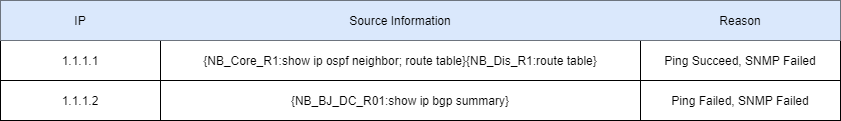
The draw.io diagram Platform Certification Guidance/images/enhanced seed file.png in PlatformCertification/Certification-IEv10.0, before a commit. Source tidied: cells renumbered, new cells last; positions are measured from the earlier drawing's top-left corner, leaving out a move shared by most shapes.
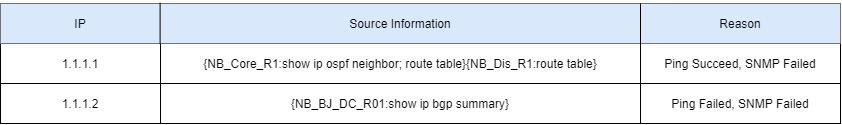
Above is the later version.

What changed in the source:
```diff
@@ -2,16 +2,16 @@
   <root>
     <mxCell id="0" />
     <mxCell id="1" parent="0" />
-    <mxCell id="2" style="shape=table;html=1;whiteSpace=wrap;startSize=0;" parent="1" vertex="1">
+    <mxCell id="2" style="shape=table;html=1;whiteSpace=wrap;startSize=0;swimlaneFillColor=none;fillColor=#FFFFFF;sketch=0;rounded=0;shadow=0;" parent="1" vertex="1">
       <mxGeometry width="840" height="120" as="geometry" />
     </mxCell>
-    <mxCell id="3" style="shape=partialRectangle;html=1;whiteSpace=wrap;top=0;left=0;bottom=0;right=0;points=[[0,0.5],[1,0.5]];portConstraint=eastwest;fillColor=#dae8fc;strokeColor=#6c8ebf;" parent="2" vertex="1">
+    <mxCell id="3" style="shape=partialRectangle;html=1;whiteSpace=wrap;top=0;left=0;bottom=0;right=0;points=[[0,0.5],[1,0.5]];portConstraint=eastwest;fillColor=#dae8fc;" parent="2" vertex="1">
       <mxGeometry width="840" height="40" as="geometry" />
     </mxCell>
     <mxCell id="4" value="IP" style="shape=partialRectangle;html=1;whiteSpace=wrap;overflow=hidden;fillColor=none;top=0;left=0;bottom=0;right=0;" parent="3" vertex="1">
       <mxGeometry width="160" height="40" as="geometry" />
     </mxCell>
-    <mxCell id="5" value="Source Information" style="shape=partialRectangle;html=1;whiteSpace=wrap;overflow=hidden;fillColor=none;top=0;left=0;bottom=0;right=0;" parent="3" vertex="1">
+    <mxCell id="5" value="Source Information" style="shape=partialRectangle;html=1;whiteSpace=wrap;overflow=hidden;top=0;left=0;bottom=0;right=0;sketch=0;fillColor=none;strokeWidth=7;" parent="3" vertex="1">
       <mxGeometry x="160" width="480" height="40" as="geometry" />
     </mxCell>
     <mxCell id="6" value="Reason" style="shape=partialRectangle;html=1;whiteSpace=wrap;overflow=hidden;fillColor=none;top=0;left=0;bottom=0;right=0;" parent="3" vertex="1">
@@ -41,5 +41,14 @@
     <mxCell id="14" value="Ping Failed, SNMP Failed" style="shape=partialRectangle;html=1;whiteSpace=wrap;overflow=hidden;fillColor=none;top=0;left=0;bottom=0;right=0;" parent="11" vertex="1">
       <mxGeometry x="640" width="200" height="40" as="geometry" />
     </mxCell>
+    <mxCell id="15" style="endArrow=none;html=1;entryX=0.19;entryY=-0.017;entryDx=0;entryDy=0;entryPerimeter=0;exitX=0.19;exitY=0.008;exitDx=0;exitDy=0;exitPerimeter=0;" parent="2" edge="1" source="7" target="3">
+      <mxGeometry relative="1" as="geometry" />
+    </mxCell>
+    <mxCell id="16" style="endArrow=none;html=1;entryX=0.19;entryY=-0.017;entryDx=0;entryDy=0;entryPerimeter=0;exitX=0.19;exitY=0.008;exitDx=0;exitDy=0;exitPerimeter=0;" parent="1" edge="1">
+      <mxGeometry relative="1" as="geometry">
+        <mxPoint x="640" y="41" as="sourcePoint" />
+        <mxPoint x="640" as="targetPoint" />
+      </mxGeometry>
+    </mxCell>
   </root>
 </mxGraphModel>
```
